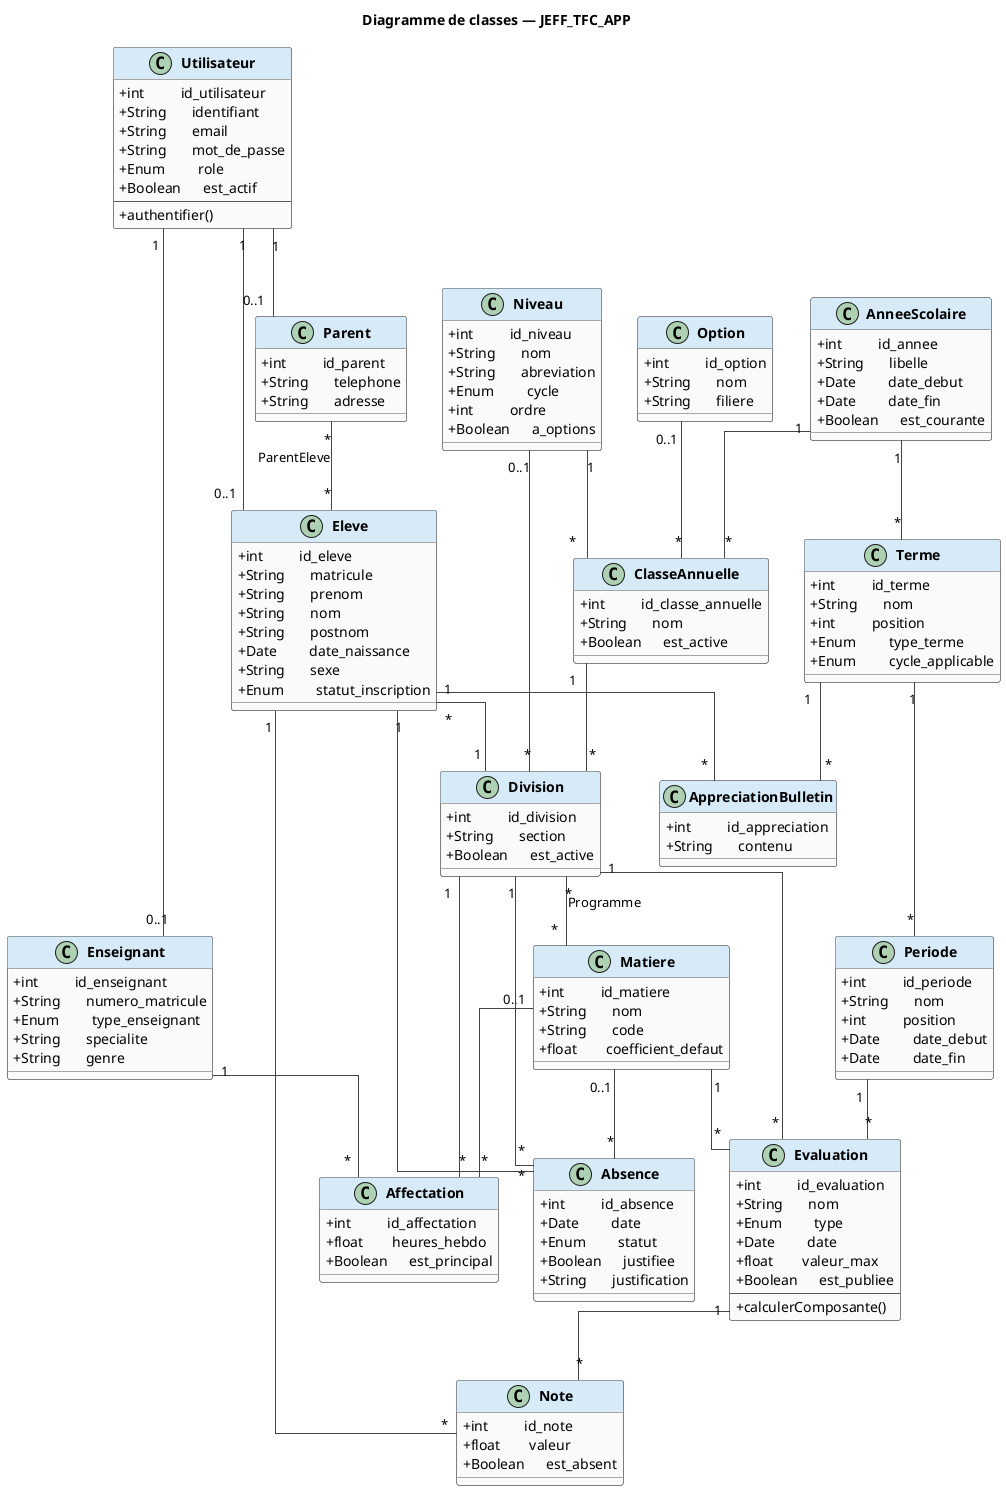
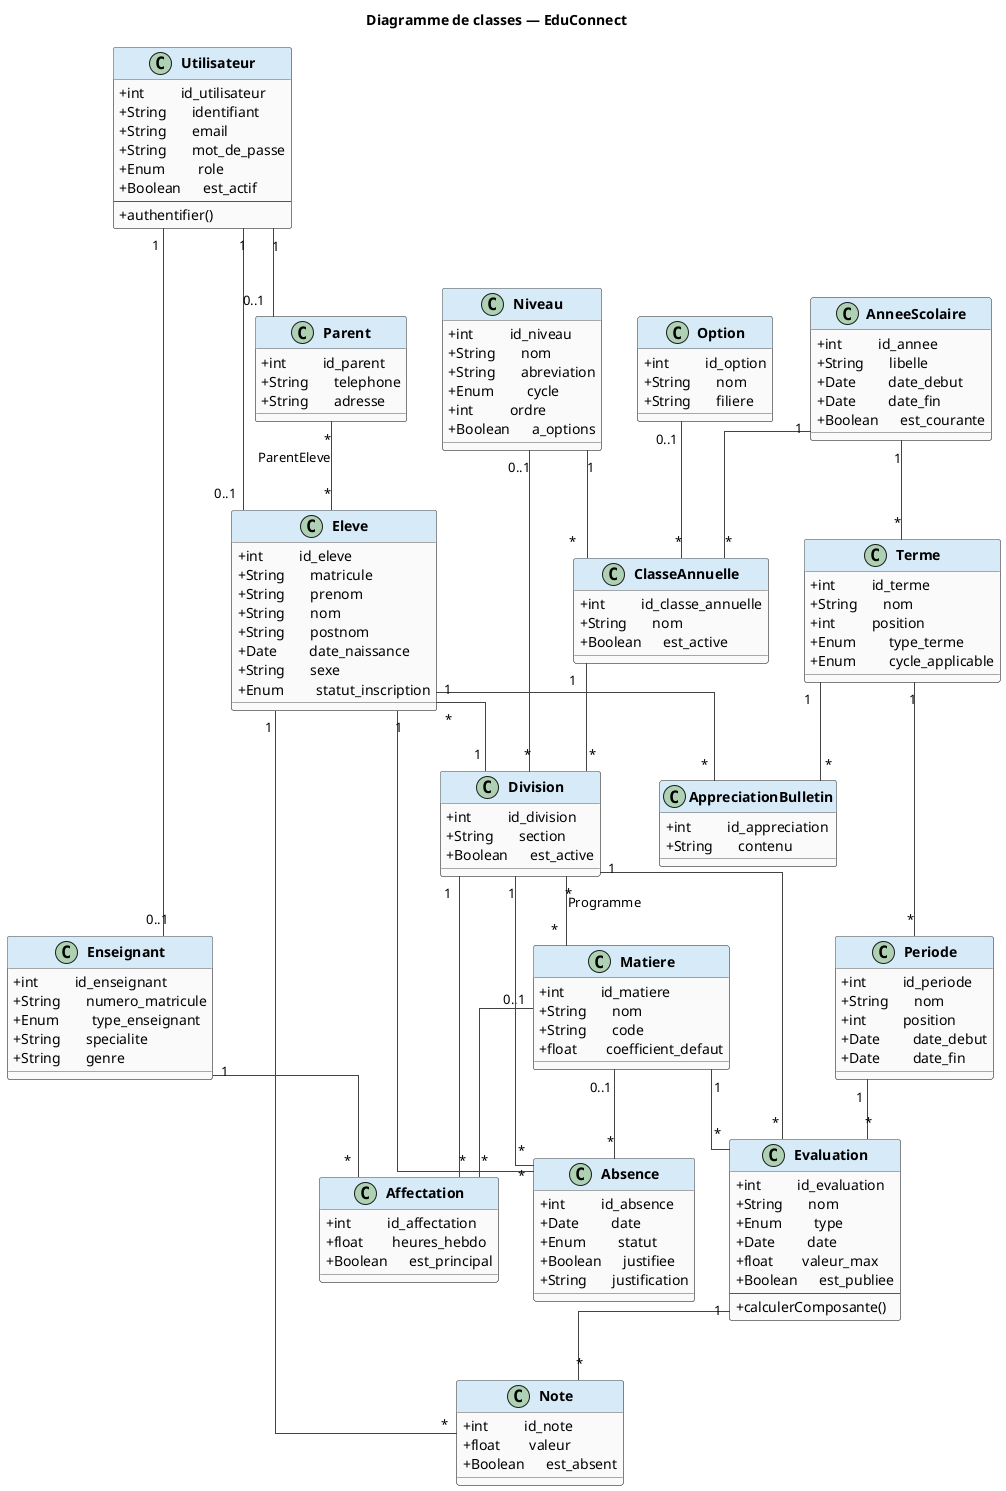
@startuml diagramme_classes_jeff_tfc
- title Diagramme de classes — JEFF_TFC_APP
+ title Diagramme de classes — EduConnect

skinparam classAttributeIconSize 0
skinparam classFontStyle Bold
skinparam class {
  BackgroundColor #FAFAFA
  BorderColor #555555
  ArrowColor #444444
  HeaderBackgroundColor #D6EAF8
}
skinparam linetype ortho

' ─────────────────────────────────────────────
'  AUTHENTIFICATION / PROFILS
' ─────────────────────────────────────────────
class Utilisateur {
  +int          id_utilisateur
  +String       identifiant
  +String       email
  +String       mot_de_passe
  +Enum         role
  +Boolean      est_actif
  --
  +authentifier()
}

class Eleve {
  +int          id_eleve
  +String       matricule
  +String       prenom
  +String       nom
  +String       postnom
  +Date         date_naissance
  +String       sexe
  +Enum         statut_inscription
}

class Enseignant {
  +int          id_enseignant
  +String       numero_matricule
  +Enum         type_enseignant
  +String       specialite
  +String       genre
}

class Parent {
  +int          id_parent
  +String       telephone
  +String       adresse
}

' ─────────────────────────────────────────────
'  STRUCTURE SCOLAIRE
' ─────────────────────────────────────────────
class AnneeScolaire {
  +int          id_annee
  +String       libelle
  +Date         date_debut
  +Date         date_fin
  +Boolean      est_courante
}

class Niveau {
  +int          id_niveau
  +String       nom
  +String       abreviation
  +Enum         cycle
  +int          ordre
  +Boolean      a_options
}

class Option {
  +int          id_option
  +String       nom
  +String       filiere
}

class ClasseAnnuelle {
  +int          id_classe_annuelle
  +String       nom
  +Boolean      est_active
}

class Division {
  +int          id_division
  +String       section
  +Boolean      est_active
}

class Matiere {
  +int          id_matiere
  +String       nom
  +String       code
  +float        coefficient_defaut
}

' ─────────────────────────────────────────────
'  CALENDRIER ACADÉMIQUE
' ─────────────────────────────────────────────
class Terme {
  +int          id_terme
  +String       nom
  +int          position
  +Enum         type_terme
  +Enum         cycle_applicable
}

class Periode {
  +int          id_periode
  +String       nom
  +int          position
  +Date         date_debut
  +Date         date_fin
}

' ─────────────────────────────────────────────
'  ENSEIGNEMENT & ÉVALUATION
' ─────────────────────────────────────────────
class Affectation {
  +int          id_affectation
  +float        heures_hebdo
  +Boolean      est_principal
}

class Evaluation {
  +int          id_evaluation
  +String       nom
  +Enum         type
  +Date         date
  +float        valeur_max
  +Boolean      est_publiee
  --
  +calculerComposante()
}

class Note {
  +int          id_note
  +float        valeur
  +Boolean      est_absent
}

' ─────────────────────────────────────────────
'  SUIVI & BULLETIN
' ─────────────────────────────────────────────
class Absence {
  +int          id_absence
  +Date         date
  +Enum         statut
  +Boolean      justifiee
  +String       justification
}

class AppreciationBulletin {
  +int          id_appreciation
  +String       contenu
}

' ─────────────────────────────────────────────
'  RELATIONS
' ─────────────────────────────────────────────

' Profils utilisateurs
Utilisateur "1"   --  "0..1" Eleve
Utilisateur "1"   --  "0..1" Enseignant
Utilisateur "1"   --  "0..1" Parent
Parent      "*"   --  "*"    Eleve     : ParentEleve

' Structure scolaire
AnneeScolaire "1" --  "*"    ClasseAnnuelle
Niveau        "1" --  "*"    ClasseAnnuelle
Option      "0..1"--  "*"    ClasseAnnuelle
ClasseAnnuelle"1" --  "*"    Division
Niveau      "0..1"--  "*"    Division
Division    "*"   --  "*"    Matiere   : Programme
Eleve       "*"   --  "1"    Division

' Calendrier
AnneeScolaire "1" --  "*"    Terme
Terme         "1" --  "*"    Periode

' Enseignement
Enseignant    "1" --  "*"    Affectation
Division      "1" --  "*"    Affectation
Matiere     "0..1"--  "*"    Affectation

' Évaluation
Division      "1" --  "*"    Evaluation
Matiere       "1" --  "*"    Evaluation
Periode       "1" --  "*"    Evaluation
Evaluation    "1" --  "*"    Note
Eleve         "1" --  "*"    Note

' Suivi
Eleve         "1" --  "*"    Absence
Division      "1" --  "*"    Absence
Matiere     "0..1"--  "*"    Absence

' Bulletin
Eleve         "1" --  "*"    AppreciationBulletin
Terme         "1" --  "*"    AppreciationBulletin

@enduml
